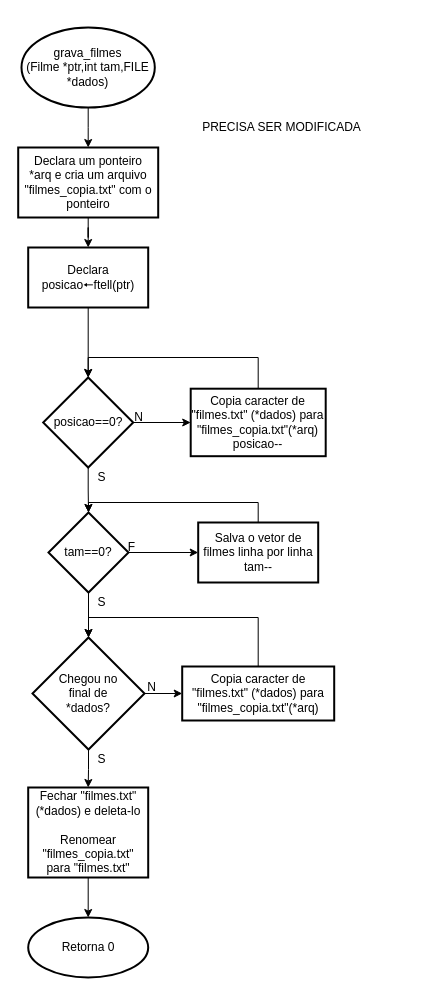
riquetret/Mania-Filmes keeps this draw.io diagram as Fluxograma/grava_filmes.drawio. Above is the earlier version. Source tidied: cells renumbered, new cells numbered last; positions are measured from the earlier drawing's top-left corner, leaving out a move shared by most shapes. Both pictures are drawn from the tidied source at 100%, with x=0, y=0 at pixel (18, 27).
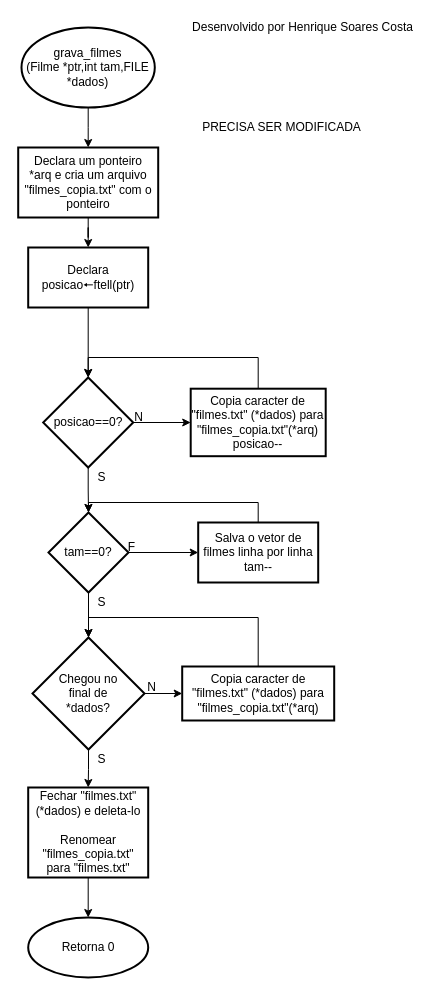
The same page after the edit.

What changed in the source:
```diff
@@
+    <mxCell id="33" value="Desenvolvido por Henrique Soares Costa" style="text;html=1;align=center;verticalAlign=middle;strokeColor=none;fillColor=none;" parent="1" vertex="1">
+      <mxGeometry x="163.7" y="-10" width="240" height="20" as="geometry" />
+    </mxCell>
```
